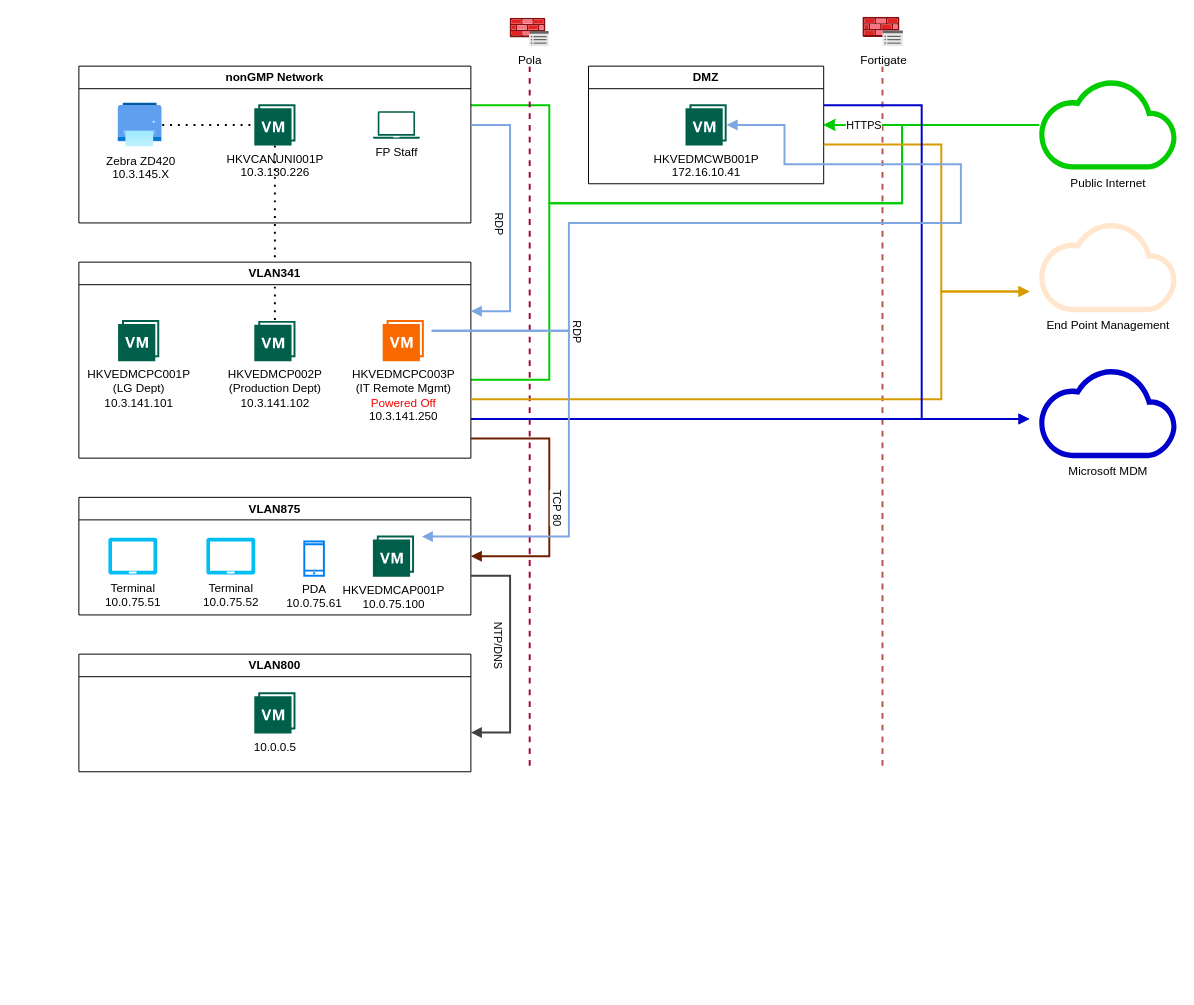
Earlier version of the draw.io diagram EDMC.drawio (rwo001/FP). Source tidied: cells renumbered, new cells numbered last; positions are measured from the earlier drawing's top-left corner, leaving out a move shared by most shapes. Both pictures are drawn from the tidied source at 98%, with x=0, y=0 at pixel (78, 17).
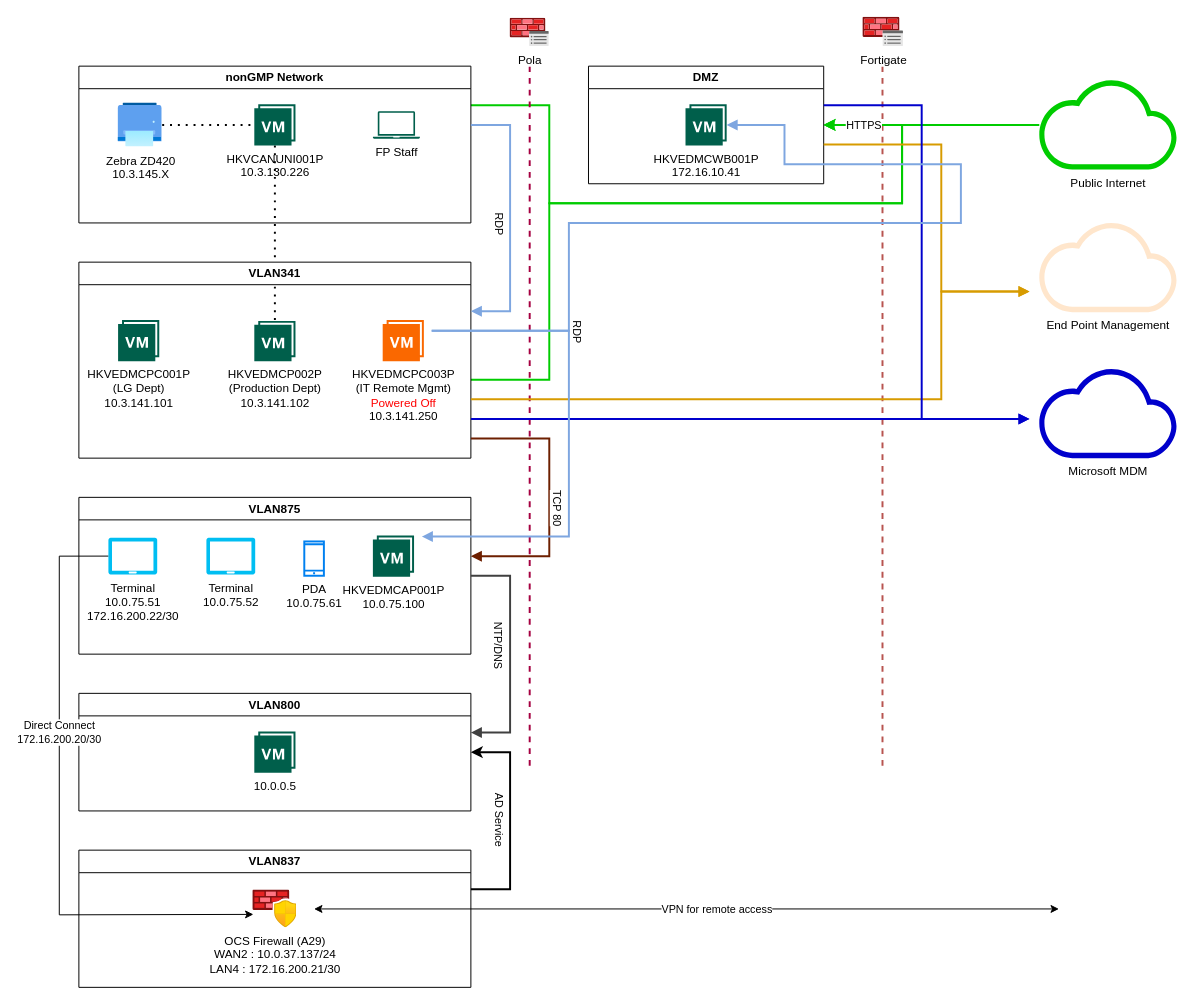
The same page after the edit.

The edit, as a diff of the source:
```diff
@@
     <mxCell id="5" value="VLAN875" style="swimlane;whiteSpace=wrap;html=1;" parent="1" vertex="1">
-      <mxGeometry y="490" width="400" height="120" as="geometry" />
+      <mxGeometry y="490" width="400" height="160" as="geometry" />
     </mxCell>
@@
-    <mxCell id="9" value="Terminal&lt;br&gt;10.0.75.51" style="verticalLabelPosition=bottom;html=1;verticalAlign=top;align=center;strokeColor=none;fillColor=#00BEF2;shape=mxgraph.azure.tablet;" parent="5" vertex="1">
+    <mxCell id="9" value="Terminal&lt;br&gt;10.0.75.51&lt;div&gt;172.16.200.22/30&lt;/div&gt;" style="verticalLabelPosition=bottom;html=1;verticalAlign=top;align=center;strokeColor=none;fillColor=#00BEF2;shape=mxgraph.azure.tablet;" parent="5" vertex="1">
       <mxGeometry x="30" y="41.2" width="50" height="37.5" as="geometry" />
     </mxCell>
@@
-    <mxCell id="21" style="edgeStyle=none;rounded=0;html=1;jettySize=auto;strokeColor=#6D1F00;strokeWidth=2;fontColor=#000000;jumpStyle=none;endArrow=block;endFill=1;startArrow=none;entryX=1;entryY=0.5;entryDx=0;entryDy=0;fillColor=#a0522d;" parent="1" edge="1" target="5">
+    <mxCell id="21" style="edgeStyle=none;rounded=0;html=1;jettySize=auto;orthogonalLoop=1;strokeColor=#6D1F00;strokeWidth=2;fontColor=#000000;jumpStyle=none;endArrow=block;endFill=1;startArrow=none;fillColor=#a0522d;" parent="1" edge="1">
       <mxGeometry relative="1" as="geometry">
         <mxPoint x="400" y="430" as="sourcePoint" />
+        <mxPoint x="400" y="550" as="targetPoint" />
         <Array as="points">
           <mxPoint x="480" y="430" />
           <mxPoint x="480" y="550" />
         </Array>
       </mxGeometry>
     </mxCell>
@@
     <mxCell id="33" value="VLAN800" style="swimlane;whiteSpace=wrap;html=1;" parent="1" vertex="1">
-      <mxGeometry y="650" width="400" height="120" as="geometry" />
+      <mxGeometry y="690" width="400" height="120" as="geometry" />
     </mxCell>
@@
+    <mxCell id="44" style="endArrow=classic;html=1;rounded=0;strokeWidth=2;" parent="1" edge="1">
+      <mxGeometry relative="1" as="geometry">
+        <mxPoint x="400" y="890" as="sourcePoint" />
+        <mxPoint x="400" y="750" as="targetPoint" />
+        <Array as="points">
+          <mxPoint x="440" y="890" />
+          <mxPoint x="440" y="750" />
+        </Array>
+      </mxGeometry>
+    </mxCell>
+    <mxCell id="45" value="AD Service" style="edgeLabel;html=1;align=center;verticalAlign=middle;rotation=90;" parent="44" vertex="1">
+      <mxGeometry x="0.2" relative="1" as="geometry">
+        <mxPoint x="-10" y="20" as="offset" />
+      </mxGeometry>
+    </mxCell>
+    <mxCell id="46" value="VLAN837" style="swimlane;whiteSpace=wrap;html=1;" parent="1" vertex="1">
+      <mxGeometry y="850" width="400" height="140" as="geometry" />
+    </mxCell>
+    <mxCell id="47" value="&lt;div&gt;OCS Firewall (A29)&lt;/div&gt;WAN2 : 10.0.37.137/24&lt;br&gt;LAN4 : 172.16.200.21/30" style="image;html=1;points=[];align=center;fontSize=12;image=img/lib/azure2/networking/Azure_Firewall_Manager.svg;" parent="46" vertex="1">
+      <mxGeometry x="177.5" y="40.7" width="45" height="38.6" as="geometry" />
+    </mxCell>
+    <mxCell id="48" value="Direct Connect&lt;br&gt;172.16.200.20/30" style="endArrow=classic;startArrow=none;html=1;rounded=0;exitX=0;exitY=0.5;exitDx=0;exitDy=0;exitPerimeter=0;entryX=0.013;entryY=0.644;entryDx=0;entryDy=0;entryPerimeter=0;textDirection=ltr;startFill=0;" parent="1" edge="1" source="9" target="47">
+      <mxGeometry x="-0.25" relative="1" as="geometry">
+        <Array as="points">
+          <mxPoint x="-20" y="550" />
+          <mxPoint x="-20" y="916" />
+        </Array>
+      </mxGeometry>
+    </mxCell>
+    <mxCell id="49" style="endArrow=classic;startArrow=classic;html=1;rounded=0;" parent="1" edge="1">
+      <mxGeometry relative="1" as="geometry">
+        <mxPoint x="240" y="910" as="sourcePoint" />
+        <mxPoint x="1000" y="910" as="targetPoint" />
+      </mxGeometry>
+    </mxCell>
+    <mxCell id="50" value="VPN for remote access" style="edgeLabel;html=1;align=center;verticalAlign=middle;" parent="49" vertex="1">
+      <mxGeometry x="0.08" relative="1" as="geometry" />
+    </mxCell>
```
